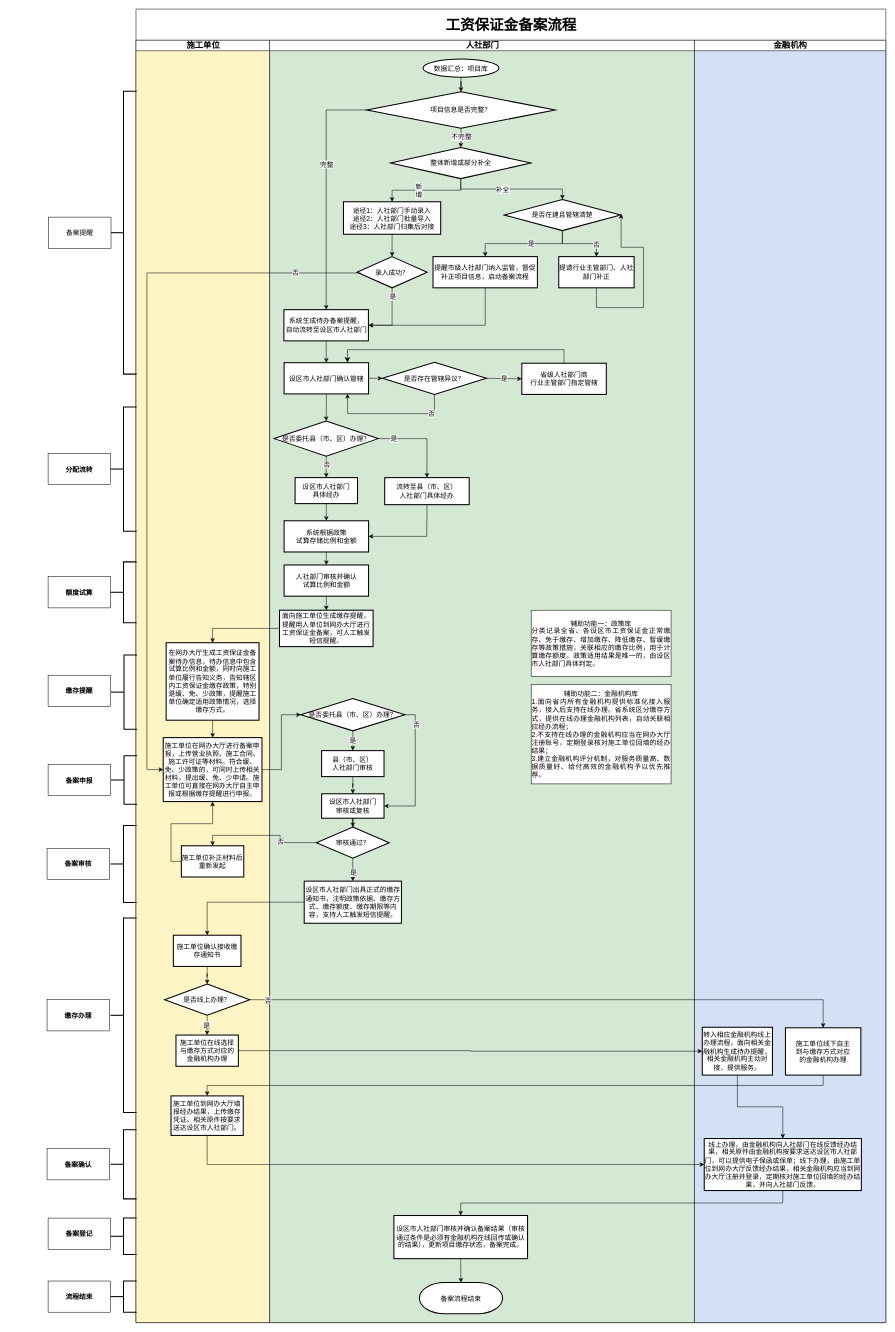
This is page "工资保证金备案流程" (1 of 4) of 农民工工资保证金-第二版.drawio from coderjbin/drawio, a draw.io file, before an edit. Source tidied: cells renumbered, new cells numbered last; positions are measured from the earlier drawing's top-left corner, leaving out a move shared by most shapes. Both pictures are drawn from the tidied source at 52%, with x=0, y=0 at pixel (47, 9).
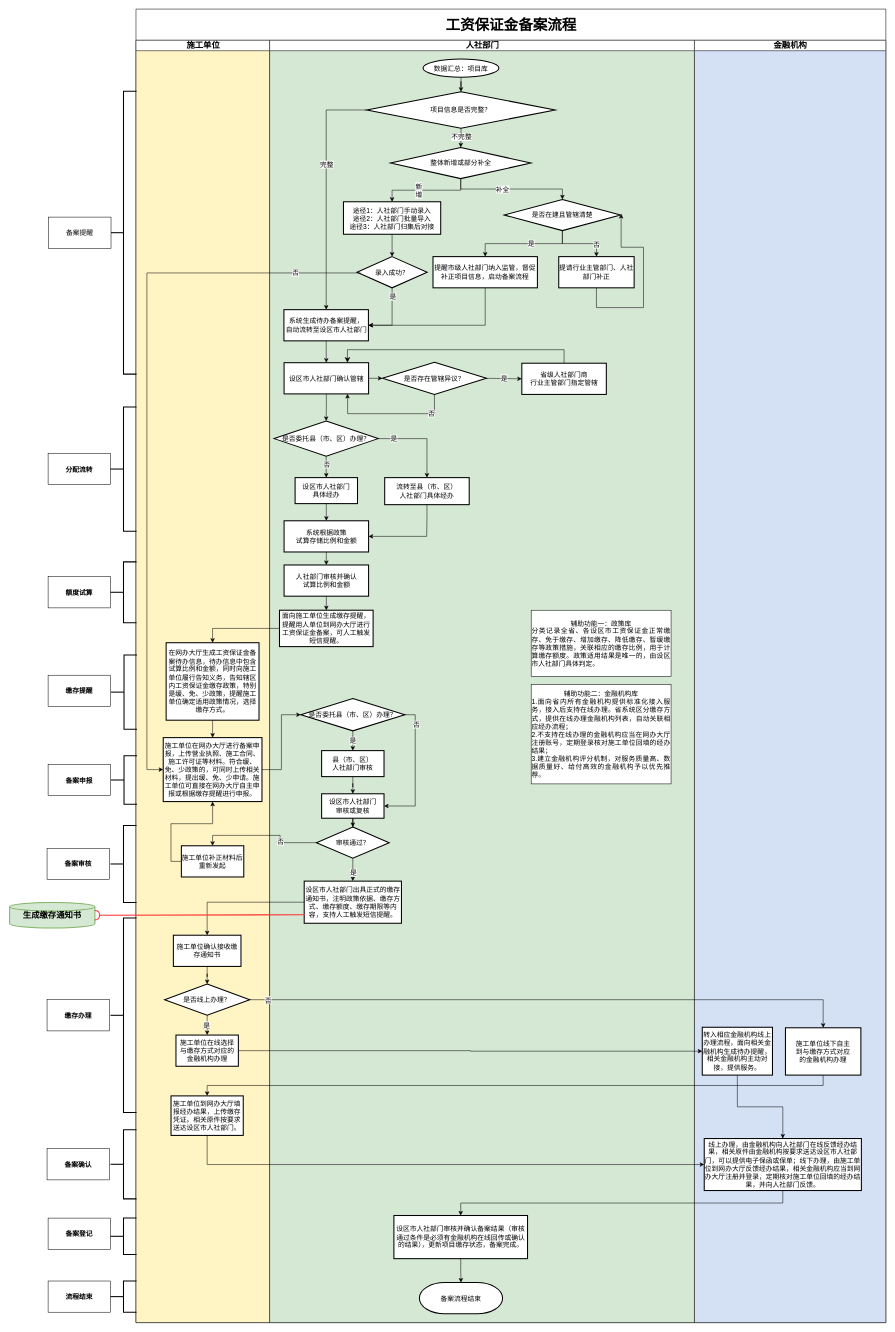
After the change.

Unchanged cells that the change refers to:
```xml
<mxCell id="59" value="设区市人社部门出具正式的缴存通知书，注明政策依据、缴存方式、缴存额度、缴存期限等内容，支持人工触发短信提醒。" style="whiteSpace=wrap;html=1;strokeWidth=2;rounded=0;fontSize=13;fontFamily=Helvetica;" parent="16" vertex="1">
  <mxGeometry x="66.5" y="1617" width="187" height="81" as="geometry" />
</mxCell>
```

What changed in the source:
```diff
@@
+    <mxCell id="123" value="&lt;font style=&quot;font-size: 16px;&quot;&gt;&lt;b&gt;&lt;font style=&quot;font-size: 16px;&quot;&gt;生成&lt;/font&gt;&lt;/b&gt;&lt;b&gt;&lt;font style=&quot;font-size: 16px;&quot;&gt;缴存通知书&lt;/font&gt;&lt;/b&gt;&lt;/font&gt;" style="strokeWidth=2;html=1;shape=mxgraph.flowchart.database;whiteSpace=wrap;fillColor=#d5e8d4;strokeColor=#82b366;" parent="1" vertex="1">
+      <mxGeometry x="-72" y="1718" width="164" height="49" as="geometry" />
+    </mxCell>
+    <mxCell id="124" style="rounded=0;jettySize=auto;html=1;endArrow=halfCircle;endFill=0;endSize=6;strokeWidth=2;sketch=0;fontSize=12;curved=1;entryX=1;entryY=0.5;entryDx=0;entryDy=0;entryPerimeter=0;exitX=0.005;exitY=0.799;exitDx=0;exitDy=0;strokeColor=#FF3333;exitPerimeter=0;" parent="1" edge="1" source="59" target="123">
+      <mxGeometry relative="1" as="geometry" />
+    </mxCell>
+    <mxCell id="125" style="ellipse;whiteSpace=wrap;html=1;align=center;fillColor=none;strokeColor=none;perimeter=centerPerimeter;" parent="1" vertex="1">
+      <mxGeometry x="122" y="1729" width="10" height="10" as="geometry" />
+    </mxCell>
```
